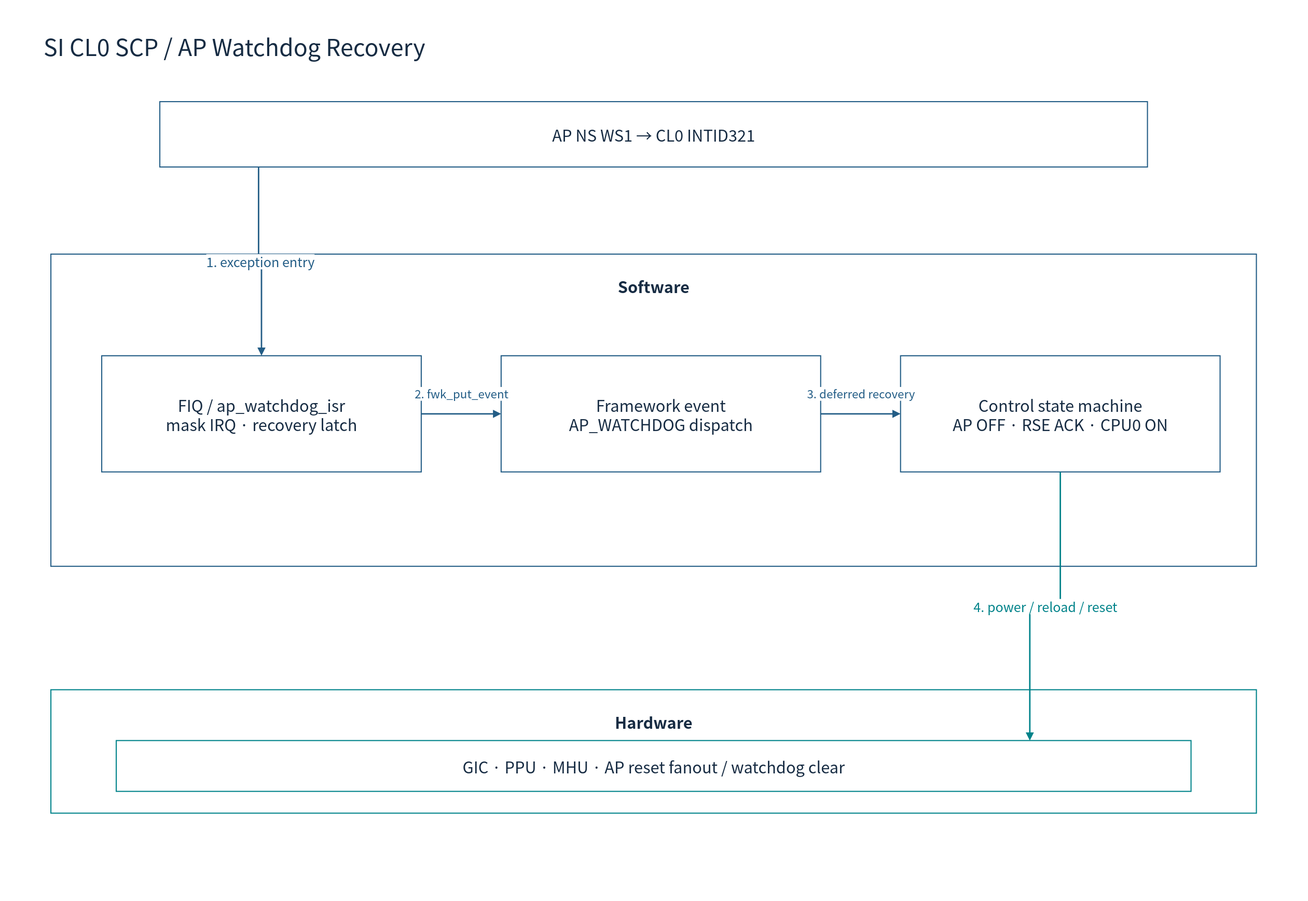
Earlier version of the draw.io export doc/phase1/watchdog/diagrams/08c-scp-software.drawio.svg (cometzero/project-apollo). Source tidied: cells renumbered, new cells last; positions are measured from the earlier drawing's top-left corner, leaving out a move shared by most shapes. Source of this version:
```xml
<mxGraphModel background="#FFFFFF">
  <root>
    <mxCell id="0" />
    <mxCell id="1" parent="0" />
    <mxCell id="2" style="rounded=0;whiteSpace=wrap;html=1;fillColor=#FFFFFF;strokeColor=none;strokeWidth=1.5;fontColor=#172C43;fontFamily=Noto Sans CJK KR;fontSize=22;spacing=10;" parent="1" vertex="1">
      <mxGeometry width="1800" height="1240" as="geometry" />
    </mxCell>
    <mxCell id="3" value="SI CL0 SCP / AP Watchdog Recovery" style="rounded=0;whiteSpace=wrap;html=1;fillColor=#FFFFFF;strokeColor=none;strokeWidth=1.5;fontColor=#172C43;fontFamily=Noto Sans CJK KR;fontSize=22;spacing=10;fontSize=32;align=left;" parent="1" vertex="1">
      <mxGeometry x="50" y="30" width="1700" height="65" as="geometry" />
    </mxCell>
    <mxCell id="4" value="AP NS WS1 → CL0 INTID321" style="rounded=0;whiteSpace=wrap;html=1;fillColor=#FFFFFF;strokeColor=#235D86;strokeWidth=1.5;fontColor=#172C43;fontFamily=Noto Sans CJK KR;fontSize=22;spacing=10;" parent="1" vertex="1">
      <mxGeometry x="220" y="140" width="1360" height="90" as="geometry" />
    </mxCell>
    <mxCell id="5" value="Software" style="rounded=0;whiteSpace=wrap;html=1;fillColor=#FFFFFF;strokeColor=#235D86;strokeWidth=1.5;fontColor=#172C43;fontFamily=Noto Sans CJK KR;fontSize=22;spacing=10;verticalAlign=top;fontStyle=1;spacingTop=16;" parent="1" vertex="1">
      <mxGeometry x="70" y="350" width="1660" height="430" as="geometry" />
    </mxCell>
    <mxCell id="6" value="FIQ / ap_watchdog_isr&#10;mask IRQ · recovery latch" style="rounded=0;whiteSpace=wrap;html=1;fillColor=#FFFFFF;strokeColor=#235D86;strokeWidth=1.5;fontColor=#172C43;fontFamily=Noto Sans CJK KR;fontSize=22;spacing=10;" parent="1" vertex="1">
      <mxGeometry x="140" y="490" width="440" height="160" as="geometry" />
    </mxCell>
    <mxCell id="7" value="Framework event&#10;AP_WATCHDOG dispatch" style="rounded=0;whiteSpace=wrap;html=1;fillColor=#FFFFFF;strokeColor=#235D86;strokeWidth=1.5;fontColor=#172C43;fontFamily=Noto Sans CJK KR;fontSize=22;spacing=10;" parent="1" vertex="1">
      <mxGeometry x="690" y="490" width="440" height="160" as="geometry" />
    </mxCell>
    <mxCell id="8" value="Control state machine&#10;AP OFF · RSE ACK · CPU0 ON" style="rounded=0;whiteSpace=wrap;html=1;fillColor=#FFFFFF;strokeColor=#235D86;strokeWidth=1.5;fontColor=#172C43;fontFamily=Noto Sans CJK KR;fontSize=22;spacing=10;" parent="1" vertex="1">
      <mxGeometry x="1240" y="490" width="440" height="160" as="geometry" />
    </mxCell>
    <mxCell id="9" value="1. exception entry" style="edgeStyle=orthogonalEdgeStyle;rounded=0;html=1;endArrow=block;endFill=1;strokeWidth=2;strokeColor=#235D86;fontColor=#235D86;fontFamily=Noto Sans CJK KR;fontSize=18;labelBackgroundColor=#FFFFFF;exitX=0.1;exitY=1;entryX=0.5;entryY=0;" parent="1" edge="1" source="4" target="6">
      <mxGeometry relative="1" as="geometry" />
    </mxCell>
    <mxCell id="10" value="2. fwk_put_event" style="edgeStyle=orthogonalEdgeStyle;rounded=0;html=1;endArrow=block;endFill=1;strokeWidth=2;strokeColor=#235D86;fontColor=#235D86;fontFamily=Noto Sans CJK KR;fontSize=16;labelBackgroundColor=#FFFFFF;" parent="1" edge="1" source="6" target="7">
      <mxGeometry relative="1" as="geometry">
        <mxPoint y="-28" as="offset" />
      </mxGeometry>
    </mxCell>
    <mxCell id="11" value="3. deferred recovery" style="edgeStyle=orthogonalEdgeStyle;rounded=0;html=1;endArrow=block;endFill=1;strokeWidth=2;strokeColor=#235D86;fontColor=#235D86;fontFamily=Noto Sans CJK KR;fontSize=16;labelBackgroundColor=#FFFFFF;" parent="1" edge="1" source="7" target="8">
      <mxGeometry relative="1" as="geometry">
        <mxPoint y="-28" as="offset" />
      </mxGeometry>
    </mxCell>
    <mxCell id="12" value="Hardware" style="rounded=0;whiteSpace=wrap;html=1;fillColor=#FFFFFF;strokeColor=#00838A;strokeWidth=1.5;fontColor=#172C43;fontFamily=Noto Sans CJK KR;fontSize=22;spacing=10;verticalAlign=top;fontStyle=1;spacingTop=16;" parent="1" vertex="1">
      <mxGeometry x="70" y="950" width="1660" height="170" as="geometry" />
    </mxCell>
    <mxCell id="13" value="GIC · PPU · MHU · AP reset fanout / watchdog clear" style="rounded=0;whiteSpace=wrap;html=1;fillColor=#FFFFFF;strokeColor=#00838A;strokeWidth=1.5;fontColor=#172C43;fontFamily=Noto Sans CJK KR;fontSize=22;spacing=10;" parent="1" vertex="1">
      <mxGeometry x="160" y="1020" width="1480" height="70" as="geometry" />
    </mxCell>
    <mxCell id="14" value="4. power / reload / reset" style="edgeStyle=orthogonalEdgeStyle;rounded=0;html=1;endArrow=block;endFill=1;strokeWidth=2;strokeColor=#00838A;fontColor=#00838A;fontFamily=Noto Sans CJK KR;fontSize=18;labelBackgroundColor=#FFFFFF;exitX=0.5;exitY=1;entryX=0.85;entryY=0;" parent="1" edge="1" source="8" target="13">
      <mxGeometry relative="1" as="geometry" />
    </mxCell>
  </root>
</mxGraphModel>
```
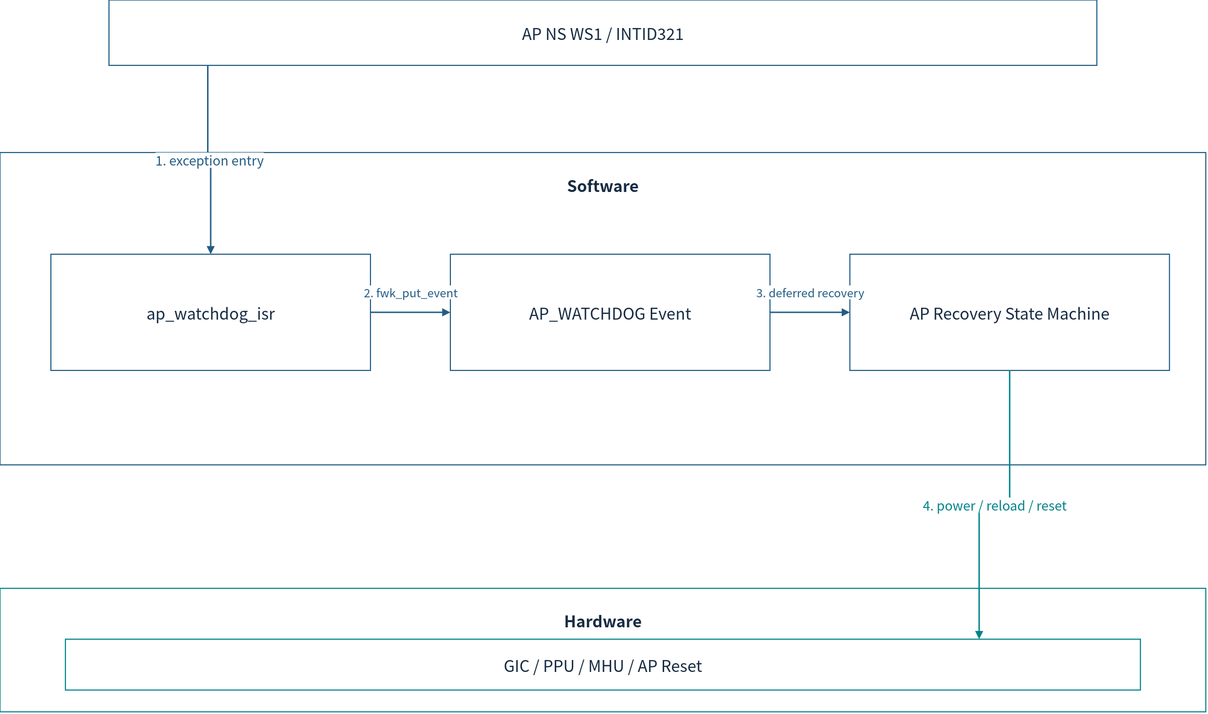
Above is the later version.

Change to the diagram source:
```diff
@@ -2,25 +2,19 @@
   <root>
     <mxCell id="0" />
     <mxCell id="1" parent="0" />
-    <mxCell id="2" style="rounded=0;whiteSpace=wrap;html=1;fillColor=#FFFFFF;strokeColor=none;strokeWidth=1.5;fontColor=#172C43;fontFamily=Noto Sans CJK KR;fontSize=22;spacing=10;" parent="1" vertex="1">
-      <mxGeometry width="1800" height="1240" as="geometry" />
-    </mxCell>
-    <mxCell id="3" value="SI CL0 SCP / AP Watchdog Recovery" style="rounded=0;whiteSpace=wrap;html=1;fillColor=#FFFFFF;strokeColor=none;strokeWidth=1.5;fontColor=#172C43;fontFamily=Noto Sans CJK KR;fontSize=22;spacing=10;fontSize=32;align=left;" parent="1" vertex="1">
-      <mxGeometry x="50" y="30" width="1700" height="65" as="geometry" />
-    </mxCell>
-    <mxCell id="4" value="AP NS WS1 → CL0 INTID321" style="rounded=0;whiteSpace=wrap;html=1;fillColor=#FFFFFF;strokeColor=#235D86;strokeWidth=1.5;fontColor=#172C43;fontFamily=Noto Sans CJK KR;fontSize=22;spacing=10;" parent="1" vertex="1">
+    <mxCell id="4" value="AP NS WS1 / INTID321" style="rounded=0;whiteSpace=wrap;html=1;fillColor=#FFFFFF;strokeColor=#235D86;strokeWidth=1.5;fontColor=#172C43;fontFamily=Noto Sans CJK KR;fontSize=22;spacing=10;" parent="1" vertex="1">
       <mxGeometry x="220" y="140" width="1360" height="90" as="geometry" />
     </mxCell>
     <mxCell id="5" value="Software" style="rounded=0;whiteSpace=wrap;html=1;fillColor=#FFFFFF;strokeColor=#235D86;strokeWidth=1.5;fontColor=#172C43;fontFamily=Noto Sans CJK KR;fontSize=22;spacing=10;verticalAlign=top;fontStyle=1;spacingTop=16;" parent="1" vertex="1">
       <mxGeometry x="70" y="350" width="1660" height="430" as="geometry" />
     </mxCell>
-    <mxCell id="6" value="FIQ / ap_watchdog_isr&#10;mask IRQ · recovery latch" style="rounded=0;whiteSpace=wrap;html=1;fillColor=#FFFFFF;strokeColor=#235D86;strokeWidth=1.5;fontColor=#172C43;fontFamily=Noto Sans CJK KR;fontSize=22;spacing=10;" parent="1" vertex="1">
+    <mxCell id="6" value="ap_watchdog_isr" style="rounded=0;whiteSpace=wrap;html=1;fillColor=#FFFFFF;strokeColor=#235D86;strokeWidth=1.5;fontColor=#172C43;fontFamily=Noto Sans CJK KR;fontSize=22;spacing=10;" parent="1" vertex="1">
       <mxGeometry x="140" y="490" width="440" height="160" as="geometry" />
     </mxCell>
-    <mxCell id="7" value="Framework event&#10;AP_WATCHDOG dispatch" style="rounded=0;whiteSpace=wrap;html=1;fillColor=#FFFFFF;strokeColor=#235D86;strokeWidth=1.5;fontColor=#172C43;fontFamily=Noto Sans CJK KR;fontSize=22;spacing=10;" parent="1" vertex="1">
+    <mxCell id="7" value="AP_WATCHDOG Event" style="rounded=0;whiteSpace=wrap;html=1;fillColor=#FFFFFF;strokeColor=#235D86;strokeWidth=1.5;fontColor=#172C43;fontFamily=Noto Sans CJK KR;fontSize=22;spacing=10;" parent="1" vertex="1">
       <mxGeometry x="690" y="490" width="440" height="160" as="geometry" />
     </mxCell>
-    <mxCell id="8" value="Control state machine&#10;AP OFF · RSE ACK · CPU0 ON" style="rounded=0;whiteSpace=wrap;html=1;fillColor=#FFFFFF;strokeColor=#235D86;strokeWidth=1.5;fontColor=#172C43;fontFamily=Noto Sans CJK KR;fontSize=22;spacing=10;" parent="1" vertex="1">
+    <mxCell id="8" value="AP Recovery State Machine" style="rounded=0;whiteSpace=wrap;html=1;fillColor=#FFFFFF;strokeColor=#235D86;strokeWidth=1.5;fontColor=#172C43;fontFamily=Noto Sans CJK KR;fontSize=22;spacing=10;" parent="1" vertex="1">
       <mxGeometry x="1240" y="490" width="440" height="160" as="geometry" />
     </mxCell>
     <mxCell id="9" value="1. exception entry" style="edgeStyle=orthogonalEdgeStyle;rounded=0;html=1;endArrow=block;endFill=1;strokeWidth=2;strokeColor=#235D86;fontColor=#235D86;fontFamily=Noto Sans CJK KR;fontSize=18;labelBackgroundColor=#FFFFFF;exitX=0.1;exitY=1;entryX=0.5;entryY=0;" parent="1" edge="1" source="4" target="6">
@@ -39,7 +33,7 @@
     <mxCell id="12" value="Hardware" style="rounded=0;whiteSpace=wrap;html=1;fillColor=#FFFFFF;strokeColor=#00838A;strokeWidth=1.5;fontColor=#172C43;fontFamily=Noto Sans CJK KR;fontSize=22;spacing=10;verticalAlign=top;fontStyle=1;spacingTop=16;" parent="1" vertex="1">
       <mxGeometry x="70" y="950" width="1660" height="170" as="geometry" />
     </mxCell>
-    <mxCell id="13" value="GIC · PPU · MHU · AP reset fanout / watchdog clear" style="rounded=0;whiteSpace=wrap;html=1;fillColor=#FFFFFF;strokeColor=#00838A;strokeWidth=1.5;fontColor=#172C43;fontFamily=Noto Sans CJK KR;fontSize=22;spacing=10;" parent="1" vertex="1">
+    <mxCell id="13" value="GIC / PPU / MHU / AP Reset" style="rounded=0;whiteSpace=wrap;html=1;fillColor=#FFFFFF;strokeColor=#00838A;strokeWidth=1.5;fontColor=#172C43;fontFamily=Noto Sans CJK KR;fontSize=22;spacing=10;" parent="1" vertex="1">
       <mxGeometry x="160" y="1020" width="1480" height="70" as="geometry" />
     </mxCell>
     <mxCell id="14" value="4. power / reload / reset" style="edgeStyle=orthogonalEdgeStyle;rounded=0;html=1;endArrow=block;endFill=1;strokeWidth=2;strokeColor=#00838A;fontColor=#00838A;fontFamily=Noto Sans CJK KR;fontSize=18;labelBackgroundColor=#FFFFFF;exitX=0.5;exitY=1;entryX=0.85;entryY=0;" parent="1" edge="1" source="8" target="13">
```
